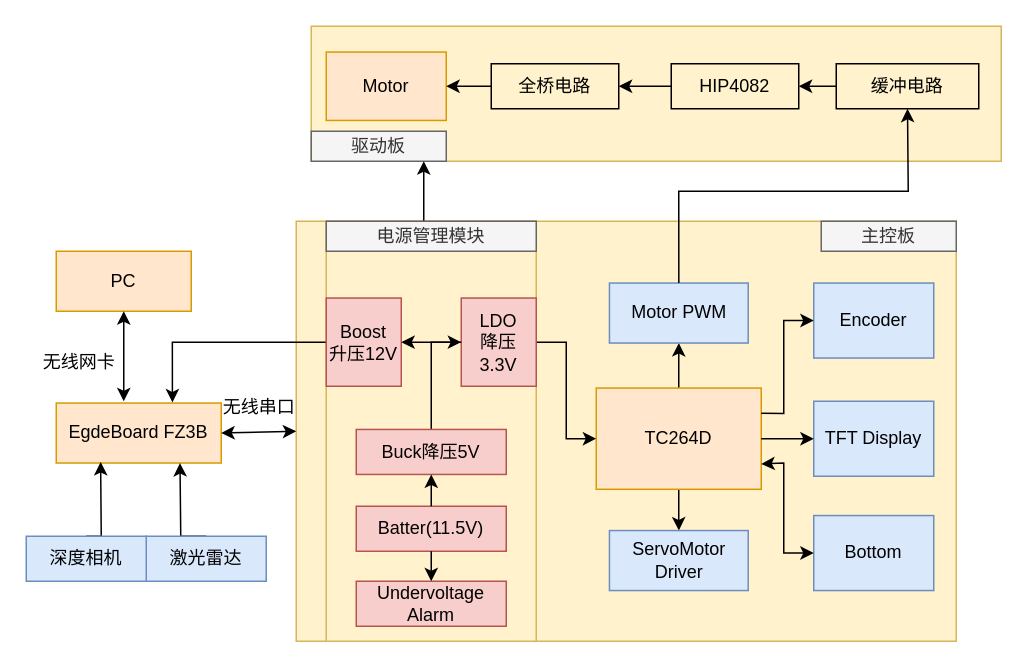
Before: 毕设智能车.drawio in cowqer/some-boring-drow.io, a draw.io diagram. Source tidied: cells renumbered, new cells numbered last; positions are measured from the earlier drawing's top-left corner, leaving out a move shared by most shapes. Both pictures are drawn from the tidied source at 150%, with x=0, y=0 at pixel (26, 26).
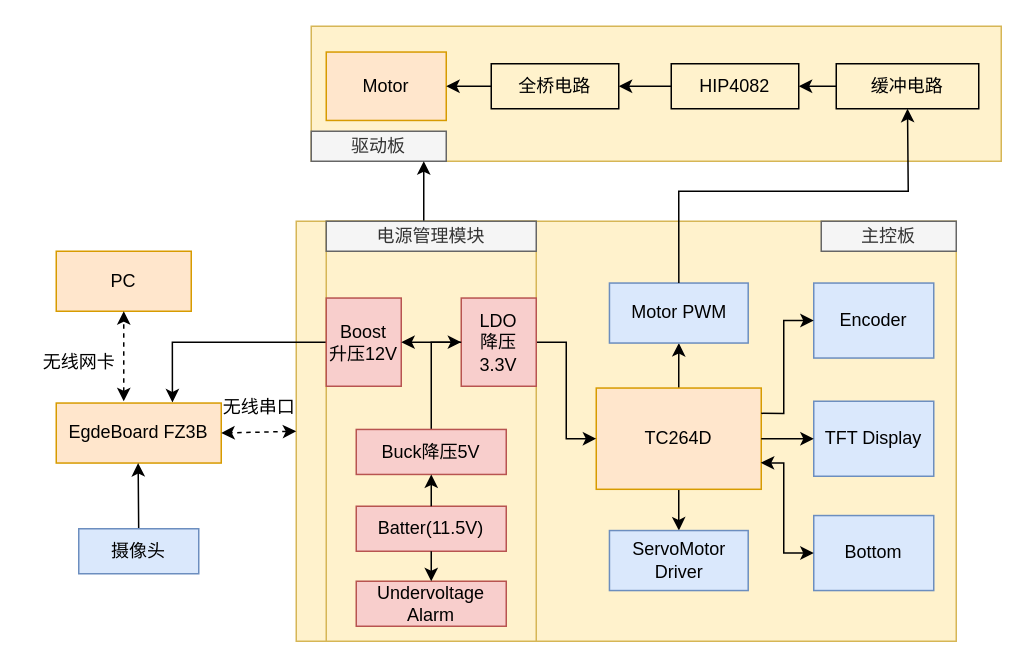
After the change.

Commit message:
更新(学校)毕设智能车.drawio

Unchanged cells that the change refers to:
```xml
<mxCell id="2" style="rounded=0;whiteSpace=wrap;html=1;fillColor=#fff2cc;strokeColor=#d6b656;" parent="1" vertex="1">
  <mxGeometry x="180" y="130" width="440" height="280" as="geometry" />
</mxCell>
<mxCell id="8" value="TC264D" style="rounded=0;whiteSpace=wrap;html=1;fillColor=#ffe6cc;strokeColor=#d79b00;" parent="1" vertex="1">
  <mxGeometry x="380" y="241.2" width="110" height="67.5" as="geometry" />
</mxCell>
<mxCell id="10" value="Bottom" style="rounded=0;whiteSpace=wrap;html=1;fillColor=#dae8fc;strokeColor=#6c8ebf;" parent="1" vertex="1">
  <mxGeometry x="525" y="326.2" width="80" height="50" as="geometry" />
</mxCell>
<mxCell id="31" value="EgdeBoard FZ3B" style="whiteSpace=wrap;html=1;rounded=0;fillColor=#ffe6cc;strokeColor=#d79b00;" parent="1" vertex="1">
  <mxGeometry x="20" y="251.2" width="110" height="40" as="geometry" />
</mxCell>
<mxCell id="34" value="PC" style="whiteSpace=wrap;html=1;rounded=0;fillColor=#ffe6cc;strokeColor=#d79b00;direction=west;" parent="1" vertex="1">
  <mxGeometry x="20" y="150" width="90" height="40" as="geometry" />
</mxCell>
```

The edit, as a diff of the source:
```diff
@@
-    <mxCell id="16" style="endArrow=classic;startArrow=classic;html=1;rounded=0;entryX=0;entryY=0.5;entryDx=0;entryDy=0;exitX=1;exitY=0.75;exitDx=0;exitDy=0;" parent="1" edge="1" source="8" target="10">
+    <mxCell id="16" style="endArrow=classic;startArrow=classic;html=1;rounded=0;entryX=0;entryY=0.5;entryDx=0;entryDy=0;exitX=0.997;exitY=0.738;exitDx=0;exitDy=0;exitPerimeter=0;" parent="1" edge="1" source="8" target="10">
       <mxGeometry relative="1" as="geometry">
         <Array as="points">
           <mxPoint x="505" y="291.2" />
           <mxPoint x="505" y="351.2" />
         </Array>
       </mxGeometry>
     </mxCell>
@@
-    <mxCell id="32" style="endArrow=classic;startArrow=classic;html=1;rounded=0;exitX=0;exitY=0.5;exitDx=0;exitDy=0;entryX=1;entryY=0.5;entryDx=0;entryDy=0;" parent="1" edge="1" source="2" target="31">
+    <mxCell id="32" style="endArrow=classic;startArrow=classic;html=1;rounded=0;exitX=0;exitY=0.5;exitDx=0;exitDy=0;entryX=1;entryY=0.5;entryDx=0;entryDy=0;dashed=1;" parent="1" edge="1" source="2" target="31">
       <mxGeometry relative="1" as="geometry" />
     </mxCell>
@@
-    <mxCell id="35" style="endArrow=classic;startArrow=classic;html=1;rounded=0;entryX=0.5;entryY=0;entryDx=0;entryDy=0;" parent="1" edge="1" target="34">
+    <mxCell id="35" style="endArrow=classic;startArrow=classic;html=1;rounded=0;entryX=0.5;entryY=0;entryDx=0;entryDy=0;dashed=1;" parent="1" edge="1" target="34">
       <mxGeometry relative="1" as="geometry">
         <mxPoint x="65" y="250" as="sourcePoint" />
       </mxGeometry>
     </mxCell>
@@
-    <mxCell id="45" style="endArrow=classic;html=1;rounded=0;exitX=0.5;exitY=0;exitDx=0;exitDy=0;entryX=0.75;entryY=1;entryDx=0;entryDy=0;" parent="1" edge="1" source="46" target="31">
-      <mxGeometry relative="1" as="geometry">
-        <Array as="points">
-          <mxPoint x="103" y="340" />
-        </Array>
-      </mxGeometry>
-    </mxCell>
-    <mxCell id="46" value="激光雷达" style="rounded=0;whiteSpace=wrap;html=1;fillColor=#dae8fc;strokeColor=#6c8ebf;" parent="1" vertex="1">
-      <mxGeometry x="80" y="340" width="80" height="30" as="geometry" />
-    </mxCell>
-    <mxCell id="47" style="endArrow=classic;html=1;rounded=0;exitX=0.5;exitY=0;exitDx=0;exitDy=0;entryX=0.269;entryY=0.981;entryDx=0;entryDy=0;entryPerimeter=0;" parent="1" edge="1" source="48" target="31">
+    <mxCell id="47" style="endArrow=classic;html=1;rounded=0;exitX=0.5;exitY=0;exitDx=0;exitDy=0;entryX=0.269;entryY=0.981;entryDx=0;entryDy=0;entryPerimeter=0;" parent="1" edge="1" source="48">
       <mxGeometry relative="1" as="geometry">
+        <mxPoint x="74.6" y="291.2" as="targetPoint" />
         <Array as="points">
-          <mxPoint x="50" y="340" />
+          <mxPoint x="75" y="340.8" />
         </Array>
       </mxGeometry>
     </mxCell>
-    <mxCell id="48" value="深度相机" style="rounded=0;whiteSpace=wrap;html=1;fillColor=#dae8fc;strokeColor=#6c8ebf;" parent="1" vertex="1">
-      <mxGeometry y="340" width="80" height="30" as="geometry" />
+    <mxCell id="48" value="摄像头" style="rounded=0;whiteSpace=wrap;html=1;fillColor=#dae8fc;strokeColor=#6c8ebf;" parent="1" vertex="1">
+      <mxGeometry x="35" y="335" width="80" height="30" as="geometry" />
     </mxCell>
```
